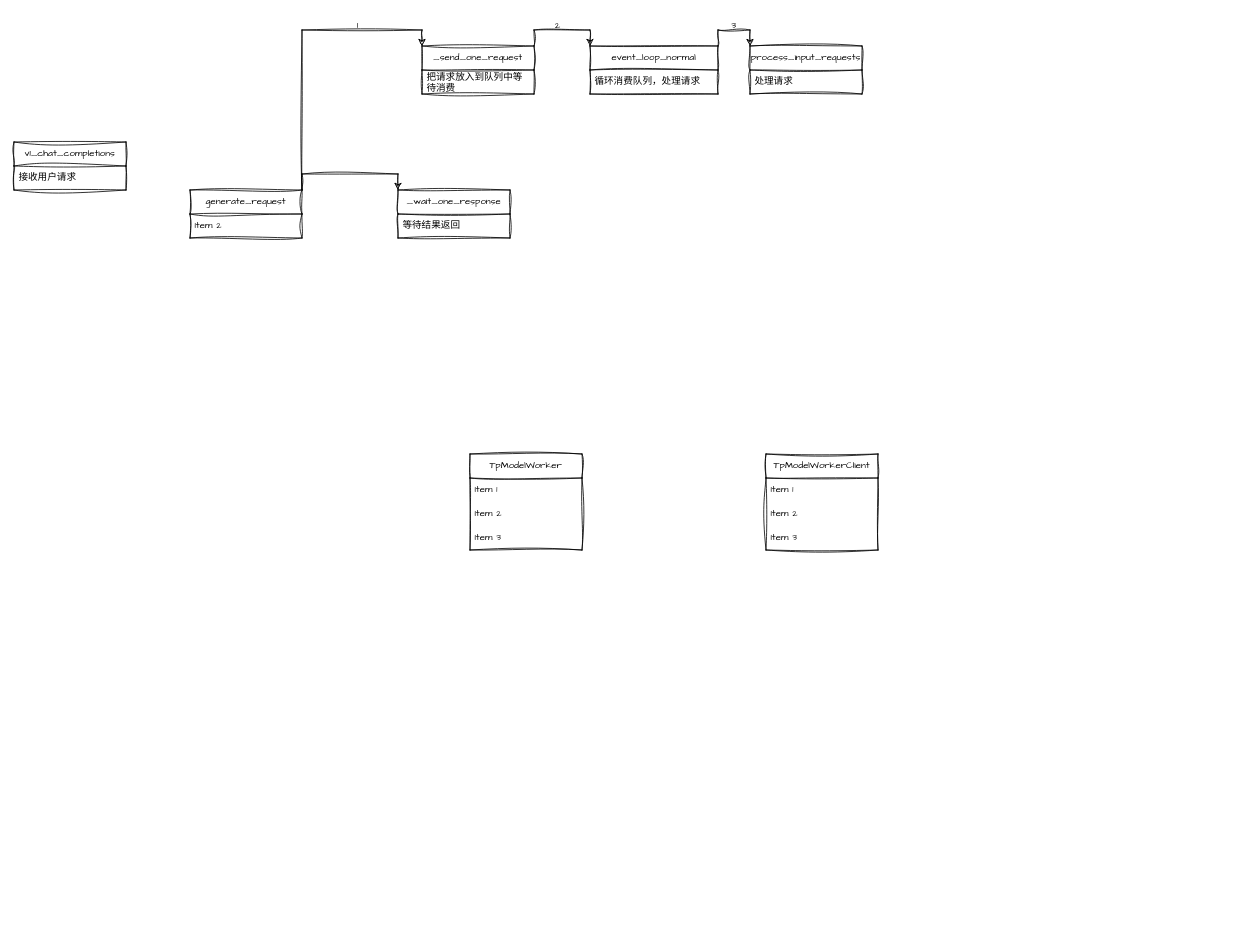
The draw.io diagram sglang.drawio in beijingqiuchang/drawio, before the edit. Source tidied: cells renumbered, new cells numbered last; positions are measured from the earlier drawing's top-left corner, leaving out a move shared by most shapes. Both pictures are drawn from the tidied source at 80%, with x=0, y=0 at pixel (14, 14).
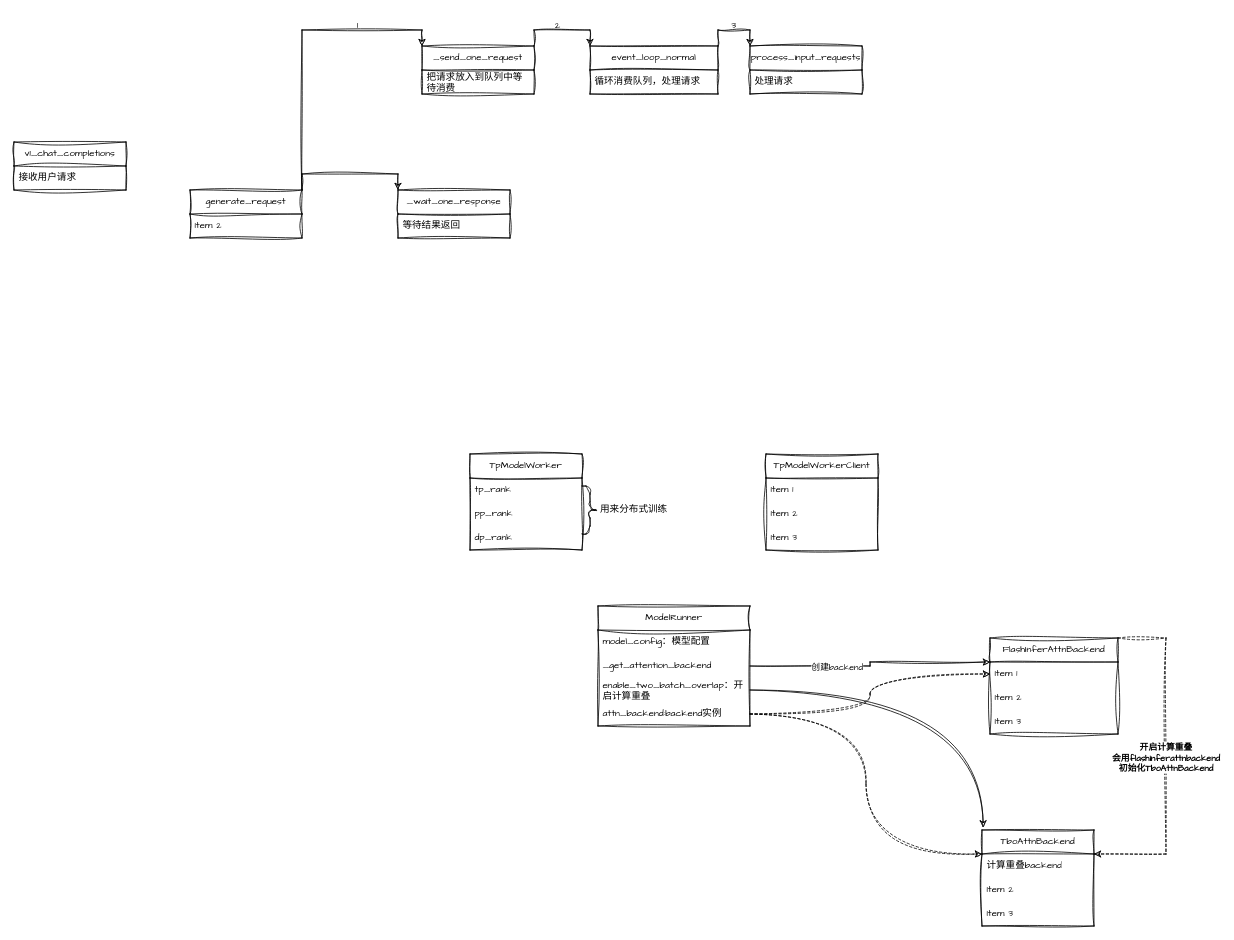
The same page after the edit.

The change refers to these unchanged cells:
```xml
<mxCell id="21" value="TpModelWorker" style="swimlane;fontStyle=0;horizontal=1;startSize=30;whiteSpace=wrap;html=1;sketch=1;hachureGap=4;jiggle=2;curveFitting=1;fontFamily=Architects Daughter;" parent="1" vertex="1">
  <mxGeometry x="570" y="550" width="140" height="120" as="geometry" />
</mxCell>
```

Diff of the diagram source:
```diff
@@
-    <mxCell id="22" value="Item 1" style="text;strokeColor=none;fillColor=none;align=left;verticalAlign=middle;spacingLeft=4;spacingRight=4;overflow=hidden;whiteSpace=wrap;html=1;fontFamily=Architects Daughter;" parent="21" vertex="1">
+    <mxCell id="22" value="tp_rank" style="text;strokeColor=none;fillColor=none;align=left;verticalAlign=middle;spacingLeft=4;spacingRight=4;overflow=hidden;whiteSpace=wrap;html=1;fontFamily=Architects Daughter;" parent="21" vertex="1">
       <mxGeometry y="30" width="140" height="30" as="geometry" />
     </mxCell>
-    <mxCell id="23" value="Item 2" style="text;strokeColor=none;fillColor=none;align=left;verticalAlign=middle;spacingLeft=4;spacingRight=4;overflow=hidden;whiteSpace=wrap;html=1;fontFamily=Architects Daughter;" parent="21" vertex="1">
+    <mxCell id="23" value="pp_rank" style="text;strokeColor=none;fillColor=none;align=left;verticalAlign=middle;spacingLeft=4;spacingRight=4;overflow=hidden;whiteSpace=wrap;html=1;fontFamily=Architects Daughter;" parent="21" vertex="1">
       <mxGeometry y="60" width="140" height="30" as="geometry" />
     </mxCell>
-    <mxCell id="24" value="Item 3" style="text;strokeColor=none;fillColor=none;align=left;verticalAlign=middle;spacingLeft=4;spacingRight=4;overflow=hidden;whiteSpace=wrap;html=1;fontFamily=Architects Daughter;" parent="21" vertex="1">
+    <mxCell id="24" value="dp_rank" style="text;strokeColor=none;fillColor=none;align=left;verticalAlign=middle;spacingLeft=4;spacingRight=4;overflow=hidden;whiteSpace=wrap;html=1;fontFamily=Architects Daughter;" parent="21" vertex="1">
       <mxGeometry y="90" width="140" height="30" as="geometry" />
     </mxCell>
@@
+    <mxCell id="29" style="shape=curlyBracket;whiteSpace=wrap;html=1;rounded=1;flipH=1;labelPosition=right;verticalLabelPosition=middle;align=left;verticalAlign=middle;sketch=1;hachureGap=4;jiggle=2;curveFitting=1;fontFamily=Architects Daughter;" parent="1" vertex="1">
+      <mxGeometry x="710" y="590" width="20" height="60" as="geometry" />
+    </mxCell>
+    <mxCell id="30" value="用来分布式训练" style="text;html=1;align=center;verticalAlign=middle;whiteSpace=wrap;rounded=0;fontFamily=Architects Daughter;" parent="1" vertex="1">
+      <mxGeometry x="720" y="605" width="110" height="30" as="geometry" />
+    </mxCell>
+    <mxCell id="31" value="ModelRunner" style="swimlane;fontStyle=0;horizontal=1;startSize=30;whiteSpace=wrap;html=1;sketch=1;hachureGap=4;jiggle=2;curveFitting=1;fontFamily=Architects Daughter;" parent="1" vertex="1">
+      <mxGeometry x="730" y="740" width="190" height="150" as="geometry" />
+    </mxCell>
+    <mxCell id="32" value="model_config：模型配置" style="text;strokeColor=none;fillColor=none;align=left;verticalAlign=middle;spacingLeft=4;spacingRight=4;overflow=hidden;whiteSpace=wrap;html=1;fontFamily=Architects Daughter;" parent="31" vertex="1">
+      <mxGeometry y="30" width="190" height="30" as="geometry" />
+    </mxCell>
+    <mxCell id="33" value="_get_attention_backend" style="text;strokeColor=none;fillColor=none;align=left;verticalAlign=middle;spacingLeft=4;spacingRight=4;overflow=hidden;points=[[0,0.5],[1,0.5]];portConstraint=eastwest;whiteSpace=wrap;html=1;fontFamily=Architects Daughter;" parent="31" vertex="1">
+      <mxGeometry y="60" width="190" height="30" as="geometry" />
+    </mxCell>
+    <mxCell id="34" value="enable_two_batch_overlap：开启计算重叠" style="text;strokeColor=none;fillColor=none;align=left;verticalAlign=middle;spacingLeft=4;spacingRight=4;overflow=hidden;points=[[0,0.5],[1,0.5]];portConstraint=eastwest;whiteSpace=wrap;html=1;fontFamily=Architects Daughter;" parent="31" vertex="1">
+      <mxGeometry y="90" width="190" height="30" as="geometry" />
+    </mxCell>
+    <mxCell id="35" value="attn_backend:backend实例" style="text;strokeColor=none;fillColor=none;align=left;verticalAlign=middle;spacingLeft=4;spacingRight=4;overflow=hidden;points=[[0,0.5],[1,0.5]];portConstraint=eastwest;whiteSpace=wrap;html=1;fontFamily=Architects Daughter;" parent="31" vertex="1">
+      <mxGeometry y="120" width="190" height="30" as="geometry" />
+    </mxCell>
+    <mxCell id="36" value="&lt;b&gt;开启计算重叠&lt;/b&gt;&lt;div&gt;&lt;b&gt;会用flashinferattnbackend&lt;/b&gt;&lt;/div&gt;&lt;div&gt;&lt;b&gt;初始化TboAttnBackend&lt;/b&gt;&lt;/div&gt;" style="edgeStyle=orthogonalEdgeStyle;rounded=0;sketch=1;hachureGap=4;jiggle=2;curveFitting=1;jettySize=auto;html=1;exitX=1;exitY=0;exitDx=0;exitDy=0;entryX=1;entryY=0.25;entryDx=0;entryDy=0;fontFamily=Architects Daughter;dashed=1;" parent="1" edge="1" source="37" target="43">
+      <mxGeometry relative="1" as="geometry">
+        <Array as="points">
+          <mxPoint x="1440" y="780" />
+          <mxPoint x="1440" y="1050" />
+        </Array>
+      </mxGeometry>
+    </mxCell>
+    <mxCell id="37" value="FlashInferAttnBackend" style="swimlane;fontStyle=0;horizontal=1;startSize=30;whiteSpace=wrap;html=1;sketch=1;hachureGap=4;jiggle=2;curveFitting=1;fontFamily=Architects Daughter;" parent="1" vertex="1">
+      <mxGeometry x="1220" y="780" width="160" height="120" as="geometry" />
+    </mxCell>
+    <mxCell id="38" value="Item 1" style="text;strokeColor=none;fillColor=none;align=left;verticalAlign=middle;spacingLeft=4;spacingRight=4;overflow=hidden;points=[[0,0.5],[1,0.5]];portConstraint=eastwest;whiteSpace=wrap;html=1;fontFamily=Architects Daughter;" parent="37" vertex="1">
+      <mxGeometry y="30" width="160" height="30" as="geometry" />
+    </mxCell>
+    <mxCell id="39" value="Item 2" style="text;strokeColor=none;fillColor=none;align=left;verticalAlign=middle;spacingLeft=4;spacingRight=4;overflow=hidden;whiteSpace=wrap;html=1;fontFamily=Architects Daughter;" parent="37" vertex="1">
+      <mxGeometry y="60" width="160" height="30" as="geometry" />
+    </mxCell>
+    <mxCell id="40" value="Item 3" style="text;strokeColor=none;fillColor=none;align=left;verticalAlign=middle;spacingLeft=4;spacingRight=4;overflow=hidden;whiteSpace=wrap;html=1;fontFamily=Architects Daughter;" parent="37" vertex="1">
+      <mxGeometry y="90" width="160" height="30" as="geometry" />
+    </mxCell>
+    <mxCell id="41" style="edgeStyle=orthogonalEdgeStyle;rounded=0;sketch=1;hachureGap=4;jiggle=2;curveFitting=1;jettySize=auto;html=1;exitX=1;exitY=0.5;exitDx=0;exitDy=0;entryX=0;entryY=0.25;entryDx=0;entryDy=0;fontFamily=Architects Daughter;" parent="1" edge="1" source="33" target="37">
+      <mxGeometry relative="1" as="geometry" />
+    </mxCell>
+    <mxCell id="42" value="创建backend" style="edgeLabel;html=1;align=center;verticalAlign=middle;sketch=1;hachureGap=4;jiggle=2;curveFitting=1;fontFamily=Architects Daughter;" parent="41" vertex="1">
+      <mxGeometry x="-0.29" y="-1" relative="1" as="geometry" />
+    </mxCell>
+    <mxCell id="43" value="TboAttnBackend" style="swimlane;fontStyle=0;horizontal=1;startSize=30;whiteSpace=wrap;html=1;sketch=1;hachureGap=4;jiggle=2;curveFitting=1;fontFamily=Architects Daughter;" parent="1" vertex="1">
+      <mxGeometry x="1210" y="1020" width="140" height="120" as="geometry" />
+    </mxCell>
+    <mxCell id="44" value="计算重叠backend" style="text;strokeColor=none;fillColor=none;align=left;verticalAlign=middle;spacingLeft=4;spacingRight=4;overflow=hidden;whiteSpace=wrap;html=1;fontFamily=Architects Daughter;" parent="43" vertex="1">
+      <mxGeometry y="30" width="140" height="30" as="geometry" />
+    </mxCell>
+    <mxCell id="45" value="Item 2" style="text;strokeColor=none;fillColor=none;align=left;verticalAlign=middle;spacingLeft=4;spacingRight=4;overflow=hidden;whiteSpace=wrap;html=1;fontFamily=Architects Daughter;" parent="43" vertex="1">
+      <mxGeometry y="60" width="140" height="30" as="geometry" />
+    </mxCell>
+    <mxCell id="46" value="Item 3" style="text;strokeColor=none;fillColor=none;align=left;verticalAlign=middle;spacingLeft=4;spacingRight=4;overflow=hidden;whiteSpace=wrap;html=1;fontFamily=Architects Daughter;" parent="43" vertex="1">
+      <mxGeometry y="90" width="140" height="30" as="geometry" />
+    </mxCell>
+    <mxCell id="47" style="edgeStyle=orthogonalEdgeStyle;rounded=0;sketch=1;hachureGap=4;jiggle=2;curveFitting=1;jettySize=auto;html=1;exitX=1;exitY=0.5;exitDx=0;exitDy=0;entryX=0.01;entryY=-0.027;entryDx=0;entryDy=0;entryPerimeter=0;fontFamily=Architects Daughter;curved=1;" parent="1" edge="1" source="34" target="43">
+      <mxGeometry relative="1" as="geometry" />
+    </mxCell>
+    <mxCell id="48" style="edgeStyle=orthogonalEdgeStyle;rounded=0;sketch=1;hachureGap=4;jiggle=2;curveFitting=1;jettySize=auto;html=1;entryX=0;entryY=0.5;entryDx=0;entryDy=0;fontFamily=Architects Daughter;curved=1;exitX=1;exitY=0.5;exitDx=0;exitDy=0;dashed=1;" parent="1" edge="1" source="35" target="38">
+      <mxGeometry relative="1" as="geometry" />
+    </mxCell>
+    <mxCell id="49" style="edgeStyle=orthogonalEdgeStyle;rounded=0;sketch=1;hachureGap=4;jiggle=2;curveFitting=1;jettySize=auto;html=1;exitX=1;exitY=0.5;exitDx=0;exitDy=0;entryX=0;entryY=0.25;entryDx=0;entryDy=0;fontFamily=Architects Daughter;curved=1;dashed=1;" parent="1" edge="1" source="35" target="43">
+      <mxGeometry relative="1" as="geometry" />
+    </mxCell>
```
